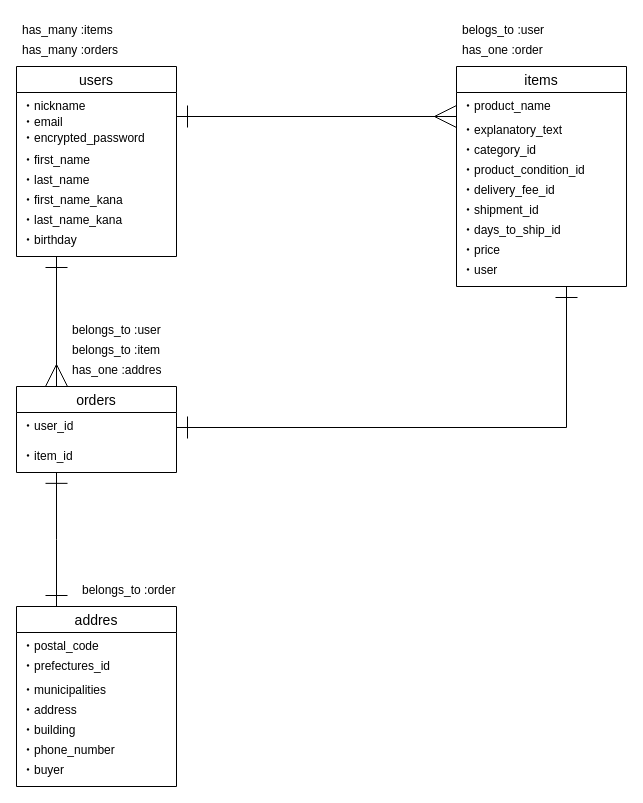
The draw.io diagram furima.dio in shimazaki-koji/furima-33364, before the edit. Source tidied: cells renumbered, new cells numbered last; positions are measured from the earlier drawing's top-left corner, leaving out a move shared by most shapes. Both pictures are drawn from the tidied source at 100%, with x=0, y=0 at pixel (16, 16).
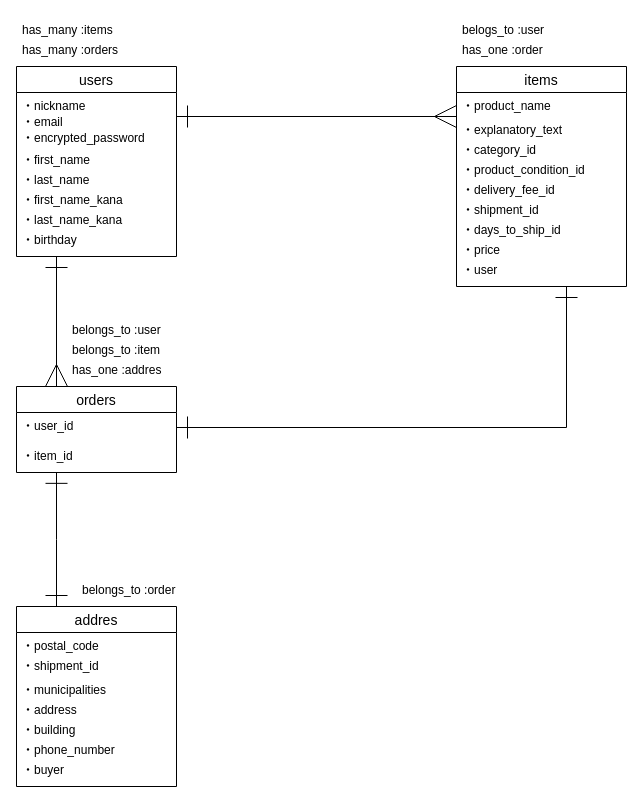
Above is the later version.

Unchanged cells that the change refers to:
```xml
<mxCell id="25" value="addres" style="swimlane;fontStyle=0;horizontal=1;startSize=26;align=center;fontSize=14;" parent="1" vertex="1">
  <mxGeometry y="590" width="160" height="180" as="geometry" />
</mxCell>
```

Diff of the diagram source:
```diff
@@
-    <mxCell id="27" value="・prefectures_id" style="text;strokeColor=none;fillColor=none;spacingLeft=4;spacingRight=4;overflow=hidden;fontSize=12;" parent="25" vertex="1">
+    <mxCell id="27" value="・shipment_id" style="text;strokeColor=none;fillColor=none;spacingLeft=4;spacingRight=4;overflow=hidden;fontSize=12;" parent="25" vertex="1">
       <mxGeometry y="46" width="160" height="24" as="geometry" />
     </mxCell>
```
